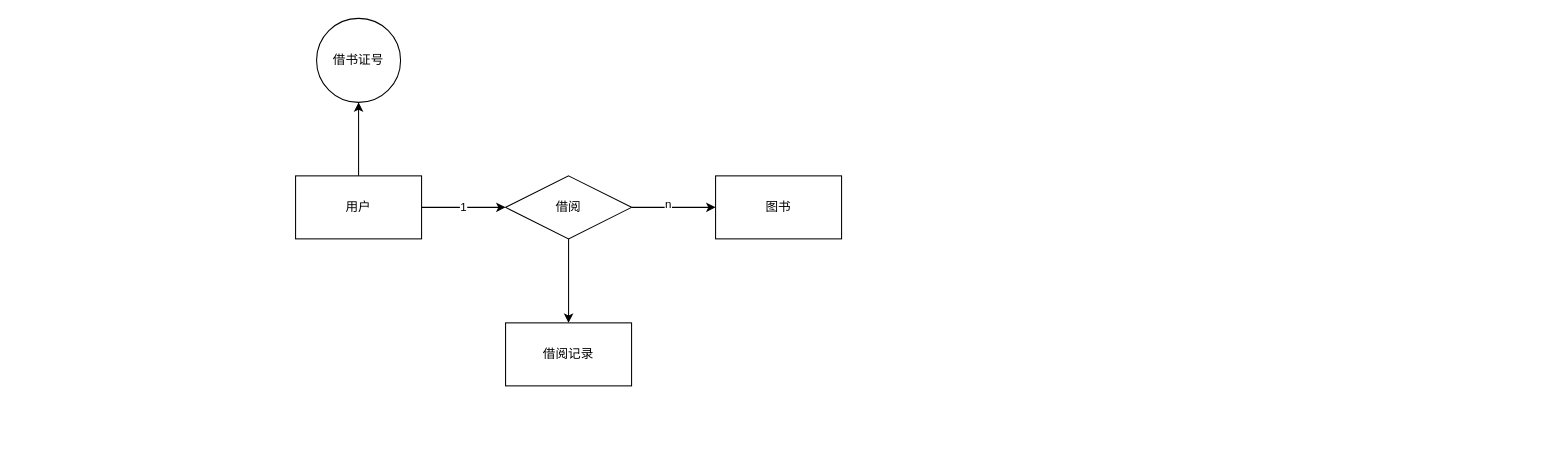
The draw.io diagram 图书借阅管理系统ER图.drawio in blankbro/draw.io, before the edit. Source tidied: cells renumbered, new cells numbered last; positions are measured from the earlier drawing's top-left corner, leaving out a move shared by most shapes. Both pictures are drawn from the tidied source at 105%, with x=0, y=0 at pixel (295, 18).
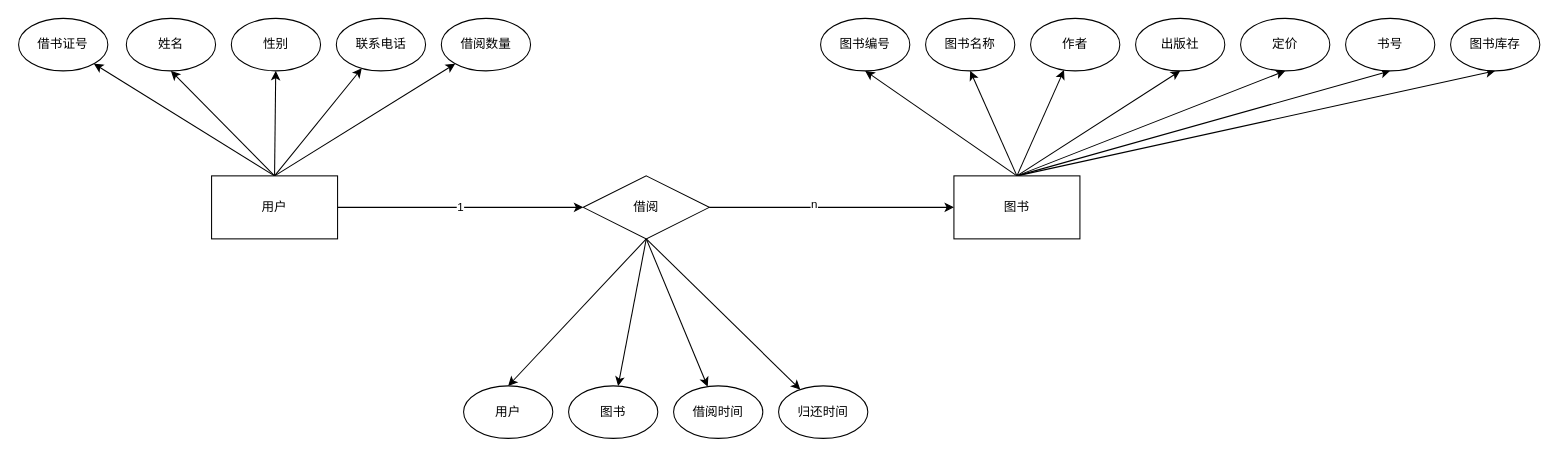
The same page after the edit.

Commit message:
更新图书借阅管理系统ER图.drawio

The edit, as a diff of the source:
```diff
@@
-    <mxCell id="3" style="edgeStyle=orthogonalEdgeStyle;rounded=0;jettySize=auto;html=1;" parent="1" edge="1" source="4" target="10">
+    <mxCell id="3" style="rounded=0;jettySize=auto;html=1;exitX=0.5;exitY=0;exitDx=0;exitDy=0;" parent="1" edge="1" source="4" target="10">
       <mxGeometry relative="1" as="geometry" />
     </mxCell>
+    <mxCell id="12" style="rounded=0;jettySize=auto;html=1;exitX=0.5;exitY=0;exitDx=0;exitDy=0;entryX=0.5;entryY=1;entryDx=0;entryDy=0;" parent="1" edge="1" source="4" target="26">
+      <mxGeometry relative="1" as="geometry" />
+    </mxCell>
+    <mxCell id="13" style="rounded=0;jettySize=auto;html=1;exitX=0.5;exitY=0;exitDx=0;exitDy=0;" parent="1" edge="1" source="4" target="27">
+      <mxGeometry relative="1" as="geometry" />
+    </mxCell>
+    <mxCell id="14" style="rounded=0;jettySize=auto;html=1;exitX=0.5;exitY=0;exitDx=0;exitDy=0;" parent="1" edge="1" source="4" target="28">
+      <mxGeometry relative="1" as="geometry" />
+    </mxCell>
+    <mxCell id="15" style="rounded=0;jettySize=auto;html=1;exitX=0.5;exitY=0;exitDx=0;exitDy=0;" parent="1" edge="1" source="4" target="29">
+      <mxGeometry relative="1" as="geometry" />
+    </mxCell>
     <mxCell id="4" value="用户" style="whiteSpace=wrap;html=1;align=center;" parent="1" vertex="1">
-      <mxGeometry y="150" width="120" height="60" as="geometry" />
+      <mxGeometry x="-80" y="150" width="120" height="60" as="geometry" />
     </mxCell>
@@
-    <mxCell id="7" style="edgeStyle=orthogonalEdgeStyle;rounded=0;jettySize=auto;html=1;" parent="1" edge="1" source="8" target="11">
+    <mxCell id="7" style="rounded=0;jettySize=auto;html=1;entryX=0.5;entryY=0;entryDx=0;entryDy=0;exitX=0.5;exitY=1;exitDx=0;exitDy=0;" parent="1" edge="1" source="8" target="37">
       <mxGeometry relative="1" as="geometry" />
     </mxCell>
+    <mxCell id="16" style="rounded=0;jettySize=auto;html=1;exitX=0.5;exitY=1;exitDx=0;exitDy=0;" parent="1" edge="1" source="8" target="38">
+      <mxGeometry relative="1" as="geometry" />
+    </mxCell>
+    <mxCell id="17" style="rounded=0;jettySize=auto;html=1;exitX=0.5;exitY=1;exitDx=0;exitDy=0;" parent="1" edge="1" source="8" target="39">
+      <mxGeometry relative="1" as="geometry" />
+    </mxCell>
+    <mxCell id="18" style="rounded=0;jettySize=auto;html=1;exitX=0.5;exitY=1;exitDx=0;exitDy=0;" parent="1" edge="1" source="8" target="40">
+      <mxGeometry relative="1" as="geometry" />
+    </mxCell>
     <mxCell id="8" value="借阅" style="shape=rhombus;perimeter=rhombusPerimeter;whiteSpace=wrap;html=1;align=center;" parent="1" vertex="1">
-      <mxGeometry x="200" y="150" width="120" height="60" as="geometry" />
+      <mxGeometry x="274" y="150" width="120" height="60" as="geometry" />
     </mxCell>
+    <mxCell id="19" style="rounded=0;jettySize=auto;html=1;exitX=0.5;exitY=0;exitDx=0;exitDy=0;entryX=0.5;entryY=1;entryDx=0;entryDy=0;" parent="1" edge="1" source="9" target="30">
+      <mxGeometry relative="1" as="geometry" />
+    </mxCell>
+    <mxCell id="20" style="rounded=0;jettySize=auto;html=1;exitX=0.5;exitY=0;exitDx=0;exitDy=0;entryX=0.5;entryY=1;entryDx=0;entryDy=0;" parent="1" edge="1" source="9" target="31">
+      <mxGeometry relative="1" as="geometry" />
+    </mxCell>
+    <mxCell id="21" style="rounded=0;jettySize=auto;html=1;exitX=0.5;exitY=0;exitDx=0;exitDy=0;" parent="1" edge="1" source="9" target="32">
+      <mxGeometry relative="1" as="geometry" />
+    </mxCell>
+    <mxCell id="22" style="rounded=0;jettySize=auto;html=1;exitX=0.5;exitY=0;exitDx=0;exitDy=0;entryX=0.5;entryY=1;entryDx=0;entryDy=0;" parent="1" edge="1" source="9" target="33">
+      <mxGeometry relative="1" as="geometry" />
+    </mxCell>
+    <mxCell id="23" style="rounded=0;jettySize=auto;html=1;exitX=0.5;exitY=0;exitDx=0;exitDy=0;entryX=0.5;entryY=1;entryDx=0;entryDy=0;" parent="1" edge="1" source="9" target="34">
+      <mxGeometry relative="1" as="geometry" />
+    </mxCell>
+    <mxCell id="24" style="rounded=0;jettySize=auto;html=1;exitX=0.5;exitY=0;exitDx=0;exitDy=0;entryX=0.5;entryY=1;entryDx=0;entryDy=0;" parent="1" edge="1" source="9" target="35">
+      <mxGeometry relative="1" as="geometry" />
+    </mxCell>
+    <mxCell id="25" style="rounded=0;jettySize=auto;html=1;exitX=0.5;exitY=0;exitDx=0;exitDy=0;entryX=0.5;entryY=1;entryDx=0;entryDy=0;" parent="1" edge="1" source="9" target="36">
+      <mxGeometry relative="1" as="geometry" />
+    </mxCell>
     <mxCell id="9" value="图书" style="whiteSpace=wrap;html=1;" parent="1" vertex="1">
-      <mxGeometry x="400" y="150" width="120" height="60" as="geometry" />
+      <mxGeometry x="627" y="150" width="120" height="60" as="geometry" />
     </mxCell>
     <mxCell id="10" value="借书证号" style="ellipse;whiteSpace=wrap;html=1;" parent="1" vertex="1">
-      <mxGeometry x="20" width="80" height="80" as="geometry" />
+      <mxGeometry x="-263.8" width="85" height="50" as="geometry" />
     </mxCell>
-    <mxCell id="11" value="借阅记录" style="whiteSpace=wrap;html=1;" parent="1" vertex="1">
-      <mxGeometry x="200" y="290" width="120" height="60" as="geometry" />
-    </mxCell>
+    <mxCell id="26" value="姓名" style="ellipse;whiteSpace=wrap;html=1;" parent="1" vertex="1">
+      <mxGeometry x="-161.2" width="85" height="50" as="geometry" />
+    </mxCell>
+    <mxCell id="27" value="性别" style="ellipse;whiteSpace=wrap;html=1;" parent="1" vertex="1">
+      <mxGeometry x="-61.2" width="85" height="50" as="geometry" />
+    </mxCell>
+    <mxCell id="28" value="联系电话" style="ellipse;whiteSpace=wrap;html=1;" parent="1" vertex="1">
+      <mxGeometry x="38.8" width="85" height="50" as="geometry" />
+    </mxCell>
+    <mxCell id="29" value="借阅数量" style="ellipse;whiteSpace=wrap;html=1;" parent="1" vertex="1">
+      <mxGeometry x="138.8" width="85" height="50" as="geometry" />
+    </mxCell>
+    <mxCell id="30" value="图书编号" style="ellipse;whiteSpace=wrap;html=1;" parent="1" vertex="1">
+      <mxGeometry x="500" width="85" height="50" as="geometry" />
+    </mxCell>
+    <mxCell id="31" value="图书名称" style="ellipse;whiteSpace=wrap;html=1;" parent="1" vertex="1">
+      <mxGeometry x="600" width="85" height="50" as="geometry" />
+    </mxCell>
+    <mxCell id="32" value="作者" style="ellipse;whiteSpace=wrap;html=1;" parent="1" vertex="1">
+      <mxGeometry x="700" width="85" height="50" as="geometry" />
+    </mxCell>
+    <mxCell id="33" value="出版社" style="ellipse;whiteSpace=wrap;html=1;" parent="1" vertex="1">
+      <mxGeometry x="800" width="85" height="50" as="geometry" />
+    </mxCell>
+    <mxCell id="34" value="定价" style="ellipse;whiteSpace=wrap;html=1;" parent="1" vertex="1">
+      <mxGeometry x="900" width="85" height="50" as="geometry" />
+    </mxCell>
+    <mxCell id="35" value="书号" style="ellipse;whiteSpace=wrap;html=1;" parent="1" vertex="1">
+      <mxGeometry x="1000" width="85" height="50" as="geometry" />
+    </mxCell>
+    <mxCell id="36" value="图书库存" style="ellipse;whiteSpace=wrap;html=1;" parent="1" vertex="1">
+      <mxGeometry x="1100" width="85" height="50" as="geometry" />
+    </mxCell>
+    <mxCell id="37" value="用户" style="ellipse;whiteSpace=wrap;html=1;" parent="1" vertex="1">
+      <mxGeometry x="160" y="350" width="85" height="50" as="geometry" />
+    </mxCell>
+    <mxCell id="38" value="图书" style="ellipse;whiteSpace=wrap;html=1;" parent="1" vertex="1">
+      <mxGeometry x="260" y="350" width="85" height="50" as="geometry" />
+    </mxCell>
+    <mxCell id="39" value="借阅时间" style="ellipse;whiteSpace=wrap;html=1;" parent="1" vertex="1">
+      <mxGeometry x="360" y="350" width="85" height="50" as="geometry" />
+    </mxCell>
+    <mxCell id="40" value="归还时间" style="ellipse;whiteSpace=wrap;html=1;" parent="1" vertex="1">
+      <mxGeometry x="460" y="350" width="85" height="50" as="geometry" />
+    </mxCell>
```
